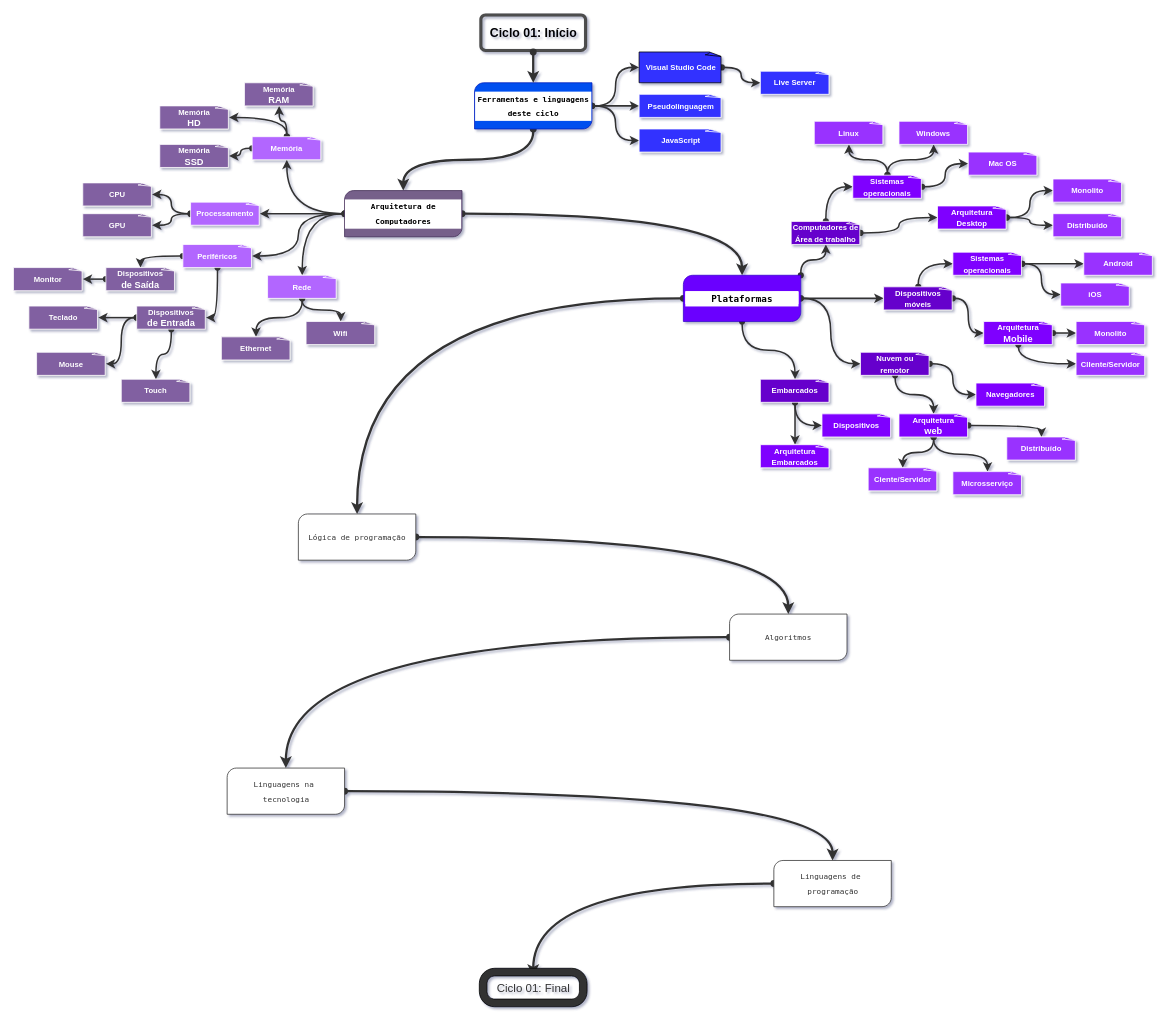
The draw.io diagram ciclo_01/img/fonte/roadmap-ciclo-01.drawio in Sars-Desenvolvimento-de-Software/estudo_roadmap_fullstack, before the edit. Source tidied: cells renumbered, new cells numbered last; positions are measured from the earlier drawing's top-left corner, leaving out a move shared by most shapes. Both pictures are drawn from the tidied source at 77%, with x=0, y=0 at pixel (13, 13).
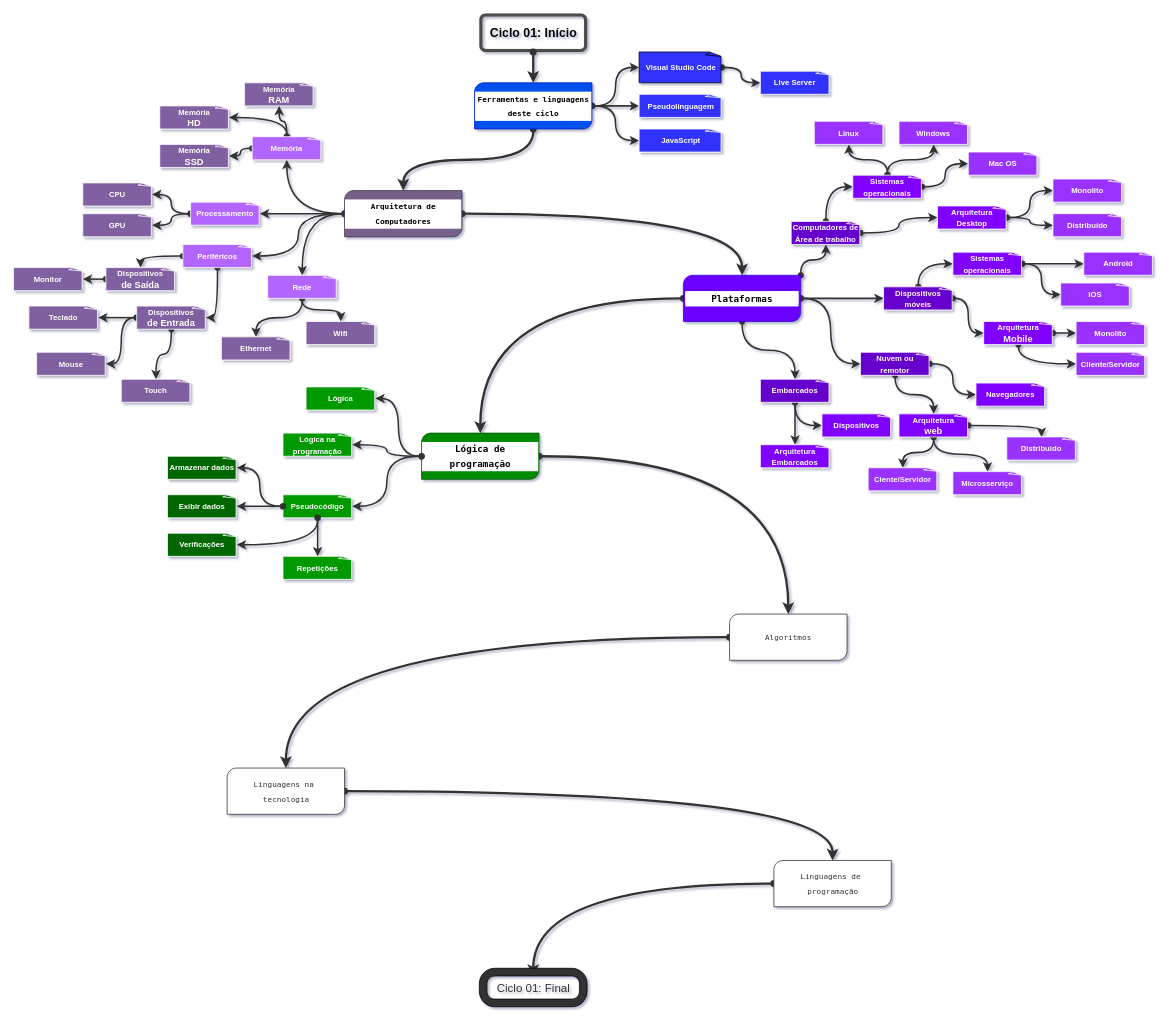
Above is the later version.

Commit message (it also covers changes not shown here):
Adicionado na imagem os detalhes do tópico Lógica de programação

Diff of the diagram source:
```diff
@@
-    <mxCell id="23" value="&lt;div style=&quot;font-family: &amp;quot;Droid Sans Mono&amp;quot;, &amp;quot;monospace&amp;quot;, monospace; line-height: 19px;&quot;&gt;&lt;font style=&quot;font-size: 10px;&quot;&gt;Lógica de programação&lt;/font&gt;&lt;/div&gt;" style="verticalLabelPosition=middle;verticalAlign=middle;html=1;shape=mxgraph.basic.diag_round_rect;dx=6;whiteSpace=wrap;labelPosition=center;align=center;fillStyle=solid;fillColor=#FFFFFF;strokeColor=#333333;fontColor=#333333;labelBackgroundColor=#FFFFFF;" parent="1" vertex="1">
-      <mxGeometry x="370" y="650" width="152.5" height="60" as="geometry" />
+    <mxCell id="23" value="&lt;div style=&quot;font-family: &amp;quot;Droid Sans Mono&amp;quot;, &amp;quot;monospace&amp;quot;, monospace; line-height: 19px;&quot;&gt;&lt;font size=&quot;1&quot; color=&quot;#000000&quot; style=&quot;&quot;&gt;&lt;b style=&quot;font-size: 12px;&quot;&gt;Lógica de programação&lt;/b&gt;&lt;/font&gt;&lt;/div&gt;" style="verticalLabelPosition=middle;verticalAlign=middle;html=1;shape=mxgraph.basic.diag_round_rect;dx=6;whiteSpace=wrap;labelPosition=center;align=center;fillStyle=solid;fillColor=#008a00;strokeColor=#005700;fontColor=#ffffff;labelBackgroundColor=#FFFFFF;" parent="1" vertex="1">
+      <mxGeometry x="530" y="545" width="152.5" height="60" as="geometry" />
     </mxCell>
@@
+    <mxCell id="113" value="&lt;font&gt;&lt;font style=&quot;font-size: 10px;&quot;&gt;Lógica&lt;/font&gt;&lt;br&gt;&lt;/font&gt;" style="whiteSpace=wrap;html=1;shape=mxgraph.basic.document;fillStyle=solid;fillColor=#009900;strokeColor=#FFFFFF;fontStyle=1;fontColor=#FFFFFF;" parent="1" vertex="1">
+      <mxGeometry x="380" y="485" width="90" height="30" as="geometry" />
+    </mxCell>
+    <mxCell id="114" value="&lt;font&gt;&lt;font style=&quot;font-size: 10px;&quot;&gt;Lógica na programação&lt;/font&gt;&lt;br&gt;&lt;/font&gt;" style="whiteSpace=wrap;html=1;shape=mxgraph.basic.document;fillStyle=solid;fillColor=#009900;strokeColor=#FFFFFF;fontStyle=1;fontColor=#FFFFFF;" parent="1" vertex="1">
+      <mxGeometry x="350" y="545" width="90" height="30" as="geometry" />
+    </mxCell>
+    <mxCell id="115" value="&lt;font&gt;&lt;font style=&quot;font-size: 10px;&quot;&gt;Pseudocódigo&lt;/font&gt;&lt;br&gt;&lt;/font&gt;" style="whiteSpace=wrap;html=1;shape=mxgraph.basic.document;fillStyle=solid;fillColor=#009900;strokeColor=#FFFFFF;fontStyle=1;fontColor=#FFFFFF;" parent="1" vertex="1">
+      <mxGeometry x="350" y="625" width="90" height="30" as="geometry" />
+    </mxCell>
+    <mxCell id="116" value="&lt;font&gt;&lt;font style=&quot;font-size: 10px;&quot;&gt;Armazenar dados&lt;/font&gt;&lt;br&gt;&lt;/font&gt;" style="whiteSpace=wrap;html=1;shape=mxgraph.basic.document;fillStyle=solid;fillColor=#006600;strokeColor=#FFFFFF;fontStyle=1;fontColor=#FFFFFF;" parent="1" vertex="1">
+      <mxGeometry x="200" y="575" width="90" height="30" as="geometry" />
+    </mxCell>
+    <mxCell id="117" value="&lt;font&gt;&lt;font style=&quot;font-size: 10px;&quot;&gt;Exibir dados&lt;/font&gt;&lt;br&gt;&lt;/font&gt;" style="whiteSpace=wrap;html=1;shape=mxgraph.basic.document;fillStyle=solid;fillColor=#006600;strokeColor=#FFFFFF;fontStyle=1;fontColor=#FFFFFF;" parent="1" vertex="1">
+      <mxGeometry x="200" y="625" width="90" height="30" as="geometry" />
+    </mxCell>
+    <mxCell id="118" value="&lt;font&gt;&lt;span style=&quot;font-size: 10px;&quot;&gt;Verificações&lt;/span&gt;&lt;br&gt;&lt;/font&gt;" style="whiteSpace=wrap;html=1;shape=mxgraph.basic.document;fillStyle=solid;fillColor=#006600;strokeColor=#FFFFFF;fontStyle=1;fontColor=#FFFFFF;" parent="1" vertex="1">
+      <mxGeometry x="200" y="675" width="90" height="30" as="geometry" />
+    </mxCell>
+    <mxCell id="119" value="&lt;font&gt;&lt;span style=&quot;font-size: 10px;&quot;&gt;Repetições&lt;/span&gt;&lt;br&gt;&lt;/font&gt;" style="whiteSpace=wrap;html=1;shape=mxgraph.basic.document;fillStyle=solid;fillColor=#009900;strokeColor=#FFFFFF;fontStyle=1;fontColor=#FFFFFF;" parent="1" vertex="1">
+      <mxGeometry x="350" y="705" width="90" height="30" as="geometry" />
+    </mxCell>
+    <mxCell id="120" style="edgeStyle=orthogonalEdgeStyle;curved=1;html=1;entryX=1;entryY=0.5;entryDx=0;entryDy=0;entryPerimeter=0;strokeColor=#333333;strokeWidth=2;fontSize=10;fontColor=#333333;startArrow=oval;startFill=1;exitX=0;exitY=0.5;exitDx=0;exitDy=0;exitPerimeter=0;" parent="1" edge="1" source="115" target="116">
+      <mxGeometry relative="1" as="geometry" />
+    </mxCell>
+    <mxCell id="121" style="edgeStyle=orthogonalEdgeStyle;curved=1;html=1;entryX=1;entryY=0.5;entryDx=0;entryDy=0;entryPerimeter=0;strokeColor=#333333;strokeWidth=2;fontSize=10;fontColor=#333333;startArrow=oval;startFill=1;exitX=0;exitY=0.5;exitDx=0;exitDy=0;exitPerimeter=0;" parent="1" edge="1" source="115" target="117">
+      <mxGeometry relative="1" as="geometry" />
+    </mxCell>
+    <mxCell id="122" style="edgeStyle=orthogonalEdgeStyle;curved=1;html=1;entryX=1;entryY=0.5;entryDx=0;entryDy=0;entryPerimeter=0;strokeColor=#333333;strokeWidth=2;fontSize=10;fontColor=#333333;startArrow=oval;startFill=1;exitX=0.5;exitY=1;exitDx=0;exitDy=0;exitPerimeter=0;" parent="1" edge="1" source="115" target="118">
+      <mxGeometry relative="1" as="geometry" />
+    </mxCell>
+    <mxCell id="123" style="edgeStyle=orthogonalEdgeStyle;curved=1;html=1;strokeColor=#333333;strokeWidth=2;fontSize=10;fontColor=#333333;startArrow=oval;startFill=1;exitX=0.5;exitY=1;exitDx=0;exitDy=0;exitPerimeter=0;" parent="1" edge="1" source="115" target="119">
+      <mxGeometry relative="1" as="geometry" />
+    </mxCell>
+    <mxCell id="124" style="edgeStyle=orthogonalEdgeStyle;curved=1;html=1;entryX=1;entryY=0.5;entryDx=0;entryDy=0;entryPerimeter=0;strokeColor=#333333;strokeWidth=2;fontSize=10;fontColor=#333333;startArrow=oval;startFill=1;" parent="1" edge="1" source="23" target="115">
+      <mxGeometry relative="1" as="geometry" />
+    </mxCell>
+    <mxCell id="125" style="edgeStyle=orthogonalEdgeStyle;curved=1;html=1;entryX=1;entryY=0.5;entryDx=0;entryDy=0;entryPerimeter=0;strokeColor=#333333;strokeWidth=2;fontSize=10;fontColor=#333333;startArrow=oval;startFill=1;exitX=0;exitY=0.5;exitDx=0;exitDy=0;exitPerimeter=0;" parent="1" edge="1" source="23" target="114">
+      <mxGeometry relative="1" as="geometry" />
+    </mxCell>
+    <mxCell id="126" style="edgeStyle=orthogonalEdgeStyle;curved=1;html=1;entryX=1;entryY=0.5;entryDx=0;entryDy=0;entryPerimeter=0;strokeColor=#333333;strokeWidth=2;fontSize=10;fontColor=#333333;startArrow=oval;startFill=1;exitX=0;exitY=0.5;exitDx=0;exitDy=0;exitPerimeter=0;" parent="1" edge="1" source="23" target="113">
+      <mxGeometry relative="1" as="geometry" />
+    </mxCell>
```
